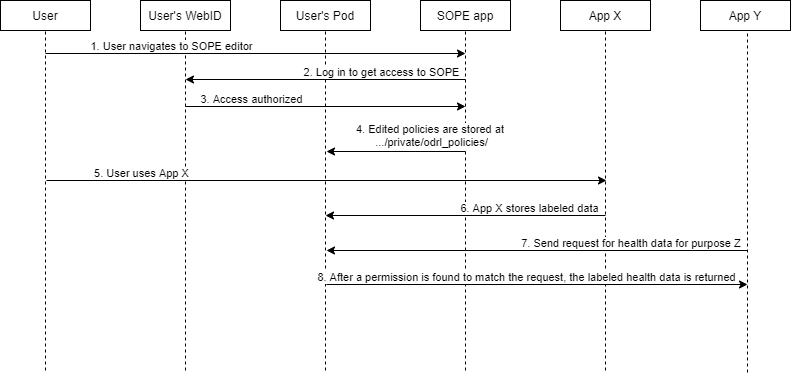
Before: assets/matching-sequence-diagram.png, a diagram exported from draw.io (besteves4/odrl-access-control-profile). Source tidied: cells renumbered, new cells last; positions are measured from the earlier drawing's top-left corner, leaving out a move shared by most shapes. Its diagram source:
```xml
<mxGraphModel>
  <root>
    <mxCell id="0" />
    <mxCell id="1" parent="0" />
    <mxCell id="2" value="User" style="whiteSpace=wrap;html=1;align=center;" parent="1" vertex="1">
      <mxGeometry width="90" height="30" as="geometry" />
    </mxCell>
    <mxCell id="3" value="User's WebID" style="whiteSpace=wrap;html=1;align=center;" parent="1" vertex="1">
      <mxGeometry x="140" width="90" height="30" as="geometry" />
    </mxCell>
    <mxCell id="4" value="User's Pod" style="whiteSpace=wrap;html=1;align=center;" parent="1" vertex="1">
      <mxGeometry x="280" width="90" height="30" as="geometry" />
    </mxCell>
    <mxCell id="5" value="SOPE app" style="whiteSpace=wrap;html=1;align=center;" parent="1" vertex="1">
      <mxGeometry x="420" width="90" height="30" as="geometry" />
    </mxCell>
    <mxCell id="6" value="App X" style="whiteSpace=wrap;html=1;align=center;" parent="1" vertex="1">
      <mxGeometry x="560" width="90" height="30" as="geometry" />
    </mxCell>
    <mxCell id="7" style="endArrow=none;dashed=1;html=1;entryX=0.5;entryY=1;entryDx=0;entryDy=0;" parent="1" edge="1" target="2">
      <mxGeometry relative="1" as="geometry">
        <mxPoint x="45" y="370" as="sourcePoint" />
      </mxGeometry>
    </mxCell>
    <mxCell id="8" style="endArrow=none;dashed=1;html=1;entryX=0.5;entryY=1;entryDx=0;entryDy=0;" parent="1" edge="1" target="3">
      <mxGeometry relative="1" as="geometry">
        <mxPoint x="185" y="370" as="sourcePoint" />
      </mxGeometry>
    </mxCell>
    <mxCell id="9" style="endArrow=none;dashed=1;html=1;entryX=0.5;entryY=1;entryDx=0;entryDy=0;" parent="1" edge="1" target="4">
      <mxGeometry relative="1" as="geometry">
        <mxPoint x="325" y="370" as="sourcePoint" />
      </mxGeometry>
    </mxCell>
    <mxCell id="10" style="endArrow=none;dashed=1;html=1;entryX=0.5;entryY=1;entryDx=0;entryDy=0;" parent="1" edge="1" target="5">
      <mxGeometry relative="1" as="geometry">
        <mxPoint x="465" y="370" as="sourcePoint" />
      </mxGeometry>
    </mxCell>
    <mxCell id="11" style="endArrow=none;dashed=1;html=1;entryX=0.5;entryY=1;entryDx=0;entryDy=0;" parent="1" edge="1" target="6">
      <mxGeometry relative="1" as="geometry">
        <mxPoint x="605" y="370" as="sourcePoint" />
      </mxGeometry>
    </mxCell>
    <mxCell id="12" style="endArrow=classic;html=1;" parent="1" edge="1">
      <mxGeometry relative="1" as="geometry">
        <mxPoint x="465" y="79" as="sourcePoint" />
        <mxPoint x="185" y="79" as="targetPoint" />
      </mxGeometry>
    </mxCell>
    <mxCell id="13" value="2. Log in to get access to SOPE" style="edgeLabel;html=1;align=center;verticalAlign=middle;" parent="12" vertex="1">
      <mxGeometry relative="1" as="geometry">
        <mxPoint x="55" y="-8" as="offset" />
      </mxGeometry>
    </mxCell>
    <mxCell id="14" style="endArrow=classic;html=1;" parent="1" edge="1">
      <mxGeometry relative="1" as="geometry">
        <mxPoint x="45" y="53" as="sourcePoint" />
        <mxPoint x="465" y="53" as="targetPoint" />
      </mxGeometry>
    </mxCell>
    <mxCell id="15" value="1. User navigates to SOPE editor" style="edgeLabel;html=1;align=center;verticalAlign=middle;" parent="14" vertex="1">
      <mxGeometry relative="1" as="geometry">
        <mxPoint x="-85" y="-8" as="offset" />
      </mxGeometry>
    </mxCell>
    <mxCell id="16" style="endArrow=none;html=1;startArrow=classic;startFill=1;endFill=0;" parent="1" edge="1">
      <mxGeometry relative="1" as="geometry">
        <mxPoint x="465" y="106" as="sourcePoint" />
        <mxPoint x="185" y="106" as="targetPoint" />
      </mxGeometry>
    </mxCell>
    <mxCell id="17" value="3. Access authorized" style="edgeLabel;html=1;align=center;verticalAlign=middle;" parent="16" vertex="1">
      <mxGeometry relative="1" as="geometry">
        <mxPoint x="-75" y="-8" as="offset" />
      </mxGeometry>
    </mxCell>
    <mxCell id="18" style="endArrow=classic;html=1;startArrow=none;startFill=0;endFill=1;" parent="1" edge="1">
      <mxGeometry relative="1" as="geometry">
        <mxPoint x="465" y="151" as="sourcePoint" />
        <mxPoint x="326" y="151" as="targetPoint" />
      </mxGeometry>
    </mxCell>
    <mxCell id="19" value="4. Edited policies are stored at &lt;br&gt;.../private/odrl_policies/" style="edgeLabel;html=1;align=center;verticalAlign=middle;" parent="18" vertex="1">
      <mxGeometry relative="1" as="geometry">
        <mxPoint x="35" y="-17" as="offset" />
      </mxGeometry>
    </mxCell>
    <mxCell id="20" style="endArrow=classic;html=1;" parent="1" edge="1">
      <mxGeometry relative="1" as="geometry">
        <mxPoint x="605" y="215" as="sourcePoint" />
        <mxPoint x="325" y="215" as="targetPoint" />
      </mxGeometry>
    </mxCell>
    <mxCell id="21" value="6. App X stores labeled data" style="edgeLabel;html=1;align=center;verticalAlign=middle;" parent="20" vertex="1">
      <mxGeometry relative="1" as="geometry">
        <mxPoint x="63" y="-8" as="offset" />
      </mxGeometry>
    </mxCell>
    <mxCell id="22" style="endArrow=classic;html=1;" parent="1" edge="1">
      <mxGeometry relative="1" as="geometry">
        <mxPoint x="46" y="180" as="sourcePoint" />
        <mxPoint x="606" y="180" as="targetPoint" />
      </mxGeometry>
    </mxCell>
    <mxCell id="23" value="5. User uses App X" style="edgeLabel;html=1;align=center;verticalAlign=middle;" parent="22" vertex="1">
      <mxGeometry relative="1" as="geometry">
        <mxPoint x="-186" y="-8" as="offset" />
      </mxGeometry>
    </mxCell>
    <mxCell id="24" value="App Y" style="whiteSpace=wrap;html=1;align=center;" parent="1" vertex="1">
      <mxGeometry x="700" width="90" height="30" as="geometry" />
    </mxCell>
    <mxCell id="25" style="endArrow=none;dashed=1;html=1;entryX=0.5;entryY=1;entryDx=0;entryDy=0;fillColor=#d5e8d4;" parent="1" edge="1">
      <mxGeometry relative="1" as="geometry">
        <mxPoint x="747" y="372" as="sourcePoint" />
        <mxPoint x="747" y="32" as="targetPoint" />
      </mxGeometry>
    </mxCell>
    <mxCell id="26" style="endArrow=classic;html=1;fillColor=#d5e8d4;" parent="1" edge="1">
      <mxGeometry relative="1" as="geometry">
        <mxPoint x="747" y="250" as="sourcePoint" />
        <mxPoint x="326" y="250" as="targetPoint" />
      </mxGeometry>
    </mxCell>
    <mxCell id="27" value="7. Send request for health data for purpose Z&amp;nbsp;" style="edgeLabel;html=1;align=center;verticalAlign=middle;" parent="26" vertex="1">
      <mxGeometry relative="1" as="geometry">
        <mxPoint x="95" y="-8" as="offset" />
      </mxGeometry>
    </mxCell>
    <mxCell id="28" style="endArrow=none;html=1;fillColor=#d5e8d4;startArrow=classic;startFill=1;endFill=0;" parent="1" edge="1">
      <mxGeometry relative="1" as="geometry">
        <mxPoint x="747" y="284" as="sourcePoint" />
        <mxPoint x="326" y="284" as="targetPoint" />
      </mxGeometry>
    </mxCell>
    <mxCell id="29" value="8. After a permission is found to match the request, the labeled health data is returned" style="edgeLabel;html=1;align=center;verticalAlign=middle;" parent="28" vertex="1">
      <mxGeometry relative="1" as="geometry">
        <mxPoint x="-11" y="-8" as="offset" />
      </mxGeometry>
    </mxCell>
  </root>
</mxGraphModel>
```
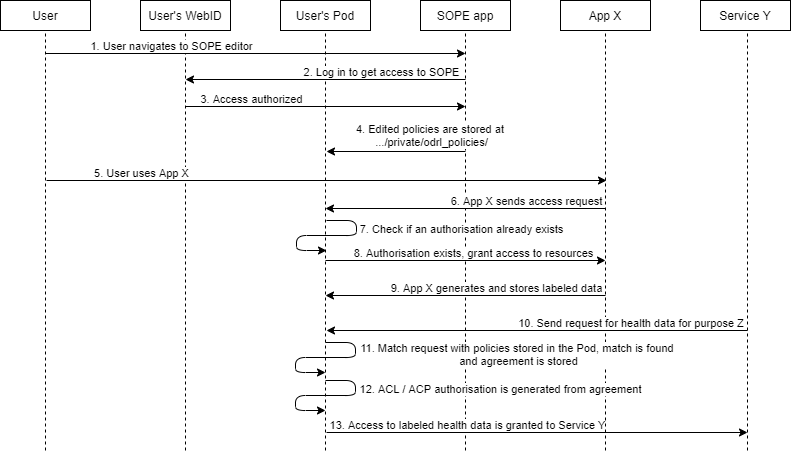
Later version of the same file.

The edit, as a diff of the source:
```diff
@@ -19,27 +19,27 @@
     </mxCell>
     <mxCell id="7" style="endArrow=none;dashed=1;html=1;entryX=0.5;entryY=1;entryDx=0;entryDy=0;" parent="1" edge="1" target="2">
       <mxGeometry relative="1" as="geometry">
-        <mxPoint x="45" y="370" as="sourcePoint" />
+        <mxPoint x="45" y="450" as="sourcePoint" />
       </mxGeometry>
     </mxCell>
     <mxCell id="8" style="endArrow=none;dashed=1;html=1;entryX=0.5;entryY=1;entryDx=0;entryDy=0;" parent="1" edge="1" target="3">
       <mxGeometry relative="1" as="geometry">
-        <mxPoint x="185" y="370" as="sourcePoint" />
+        <mxPoint x="185" y="450" as="sourcePoint" />
       </mxGeometry>
     </mxCell>
-    <mxCell id="9" style="endArrow=none;dashed=1;html=1;entryX=0.5;entryY=1;entryDx=0;entryDy=0;" parent="1" edge="1" target="4">
+    <mxCell id="9" style="endArrow=none;dashed=1;html=1;entryX=0.5;entryY=1;entryDx=0;entryDy=0;endSize=6;" parent="1" edge="1" target="4">
       <mxGeometry relative="1" as="geometry">
-        <mxPoint x="325" y="370" as="sourcePoint" />
+        <mxPoint x="325" y="450" as="sourcePoint" />
       </mxGeometry>
     </mxCell>
     <mxCell id="10" style="endArrow=none;dashed=1;html=1;entryX=0.5;entryY=1;entryDx=0;entryDy=0;" parent="1" edge="1" target="5">
       <mxGeometry relative="1" as="geometry">
-        <mxPoint x="465" y="370" as="sourcePoint" />
+        <mxPoint x="465" y="450" as="sourcePoint" />
       </mxGeometry>
     </mxCell>
     <mxCell id="11" style="endArrow=none;dashed=1;html=1;entryX=0.5;entryY=1;entryDx=0;entryDy=0;" parent="1" edge="1" target="6">
       <mxGeometry relative="1" as="geometry">
-        <mxPoint x="605" y="370" as="sourcePoint" />
+        <mxPoint x="605" y="450" as="sourcePoint" />
       </mxGeometry>
     </mxCell>
     <mxCell id="12" style="endArrow=classic;html=1;" parent="1" edge="1">
@@ -88,13 +88,13 @@
     </mxCell>
     <mxCell id="20" style="endArrow=classic;html=1;" parent="1" edge="1">
       <mxGeometry relative="1" as="geometry">
-        <mxPoint x="605" y="215" as="sourcePoint" />
-        <mxPoint x="325" y="215" as="targetPoint" />
+        <mxPoint x="605" y="295" as="sourcePoint" />
+        <mxPoint x="325" y="295" as="targetPoint" />
       </mxGeometry>
     </mxCell>
-    <mxCell id="21" value="6. App X stores labeled data" style="edgeLabel;html=1;align=center;verticalAlign=middle;" parent="20" vertex="1">
+    <mxCell id="21" value="9. App X generates and stores labeled data" style="edgeLabel;html=1;align=center;verticalAlign=middle;" parent="20" vertex="1">
       <mxGeometry relative="1" as="geometry">
-        <mxPoint x="63" y="-8" as="offset" />
+        <mxPoint x="30" y="-8" as="offset" />
       </mxGeometry>
     </mxCell>
     <mxCell id="22" style="endArrow=classic;html=1;" parent="1" edge="1">
@@ -108,36 +108,85 @@
         <mxPoint x="-186" y="-8" as="offset" />
       </mxGeometry>
     </mxCell>
-    <mxCell id="24" value="App Y" style="whiteSpace=wrap;html=1;align=center;" parent="1" vertex="1">
+    <mxCell id="24" value="Service Y" style="whiteSpace=wrap;html=1;align=center;" parent="1" vertex="1">
       <mxGeometry x="700" width="90" height="30" as="geometry" />
     </mxCell>
     <mxCell id="25" style="endArrow=none;dashed=1;html=1;entryX=0.5;entryY=1;entryDx=0;entryDy=0;fillColor=#d5e8d4;" parent="1" edge="1">
       <mxGeometry relative="1" as="geometry">
-        <mxPoint x="747" y="372" as="sourcePoint" />
+        <mxPoint x="747" y="450" as="sourcePoint" />
         <mxPoint x="747" y="32" as="targetPoint" />
       </mxGeometry>
     </mxCell>
     <mxCell id="26" style="endArrow=classic;html=1;fillColor=#d5e8d4;" parent="1" edge="1">
       <mxGeometry relative="1" as="geometry">
-        <mxPoint x="747" y="250" as="sourcePoint" />
-        <mxPoint x="326" y="250" as="targetPoint" />
+        <mxPoint x="747" y="330" as="sourcePoint" />
+        <mxPoint x="326" y="330" as="targetPoint" />
       </mxGeometry>
     </mxCell>
-    <mxCell id="27" value="7. Send request for health data for purpose Z&amp;nbsp;" style="edgeLabel;html=1;align=center;verticalAlign=middle;" parent="26" vertex="1">
+    <mxCell id="27" value="10. Send request for health data for purpose Z&amp;nbsp;" style="edgeLabel;html=1;align=center;verticalAlign=middle;" parent="26" vertex="1">
       <mxGeometry relative="1" as="geometry">
         <mxPoint x="95" y="-8" as="offset" />
       </mxGeometry>
     </mxCell>
     <mxCell id="28" style="endArrow=none;html=1;fillColor=#d5e8d4;startArrow=classic;startFill=1;endFill=0;" parent="1" edge="1">
       <mxGeometry relative="1" as="geometry">
-        <mxPoint x="747" y="284" as="sourcePoint" />
-        <mxPoint x="326" y="284" as="targetPoint" />
+        <mxPoint x="747" y="432" as="sourcePoint" />
+        <mxPoint x="326" y="432" as="targetPoint" />
       </mxGeometry>
     </mxCell>
-    <mxCell id="29" value="8. After a permission is found to match the request, the labeled health data is returned" style="edgeLabel;html=1;align=center;verticalAlign=middle;" parent="28" vertex="1">
+    <mxCell id="29" value="13. Access to labeled health data is granted to Service Y" style="edgeLabel;html=1;align=center;verticalAlign=middle;" parent="28" vertex="1">
       <mxGeometry relative="1" as="geometry">
-        <mxPoint x="-11" y="-8" as="offset" />
+        <mxPoint x="-70" y="-8" as="offset" />
       </mxGeometry>
     </mxCell>
+    <mxCell id="30" style="endArrow=classic;html=1;" parent="1" edge="1">
+      <mxGeometry relative="1" as="geometry">
+        <mxPoint x="605" y="208" as="sourcePoint" />
+        <mxPoint x="325" y="208" as="targetPoint" />
+      </mxGeometry>
+    </mxCell>
+    <mxCell id="31" value="6. App X sends access request" style="edgeLabel;html=1;align=center;verticalAlign=middle;" parent="30" vertex="1">
+      <mxGeometry relative="1" as="geometry">
+        <mxPoint x="60" y="-8" as="offset" />
+      </mxGeometry>
+    </mxCell>
+    <mxCell id="32" style="endArrow=classic;html=1;edgeStyle=entityRelationEdgeStyle;elbow=vertical;" parent="1" edge="1">
+      <mxGeometry relative="1" as="geometry">
+        <mxPoint x="326" y="220" as="sourcePoint" />
+        <mxPoint x="326" y="250" as="targetPoint" />
+      </mxGeometry>
+    </mxCell>
+    <mxCell id="33" value="7. Check if an authorisation already exists" style="edgeLabel;html=1;align=center;verticalAlign=middle;" parent="1" vertex="1">
+      <mxGeometry x="460" y="228" as="geometry" />
+    </mxCell>
+    <mxCell id="34" style="endArrow=none;html=1;startArrow=classic;startFill=1;endFill=0;" parent="1" edge="1">
+      <mxGeometry relative="1" as="geometry">
+        <mxPoint x="605" y="260" as="sourcePoint" />
+        <mxPoint x="325" y="260" as="targetPoint" />
+      </mxGeometry>
+    </mxCell>
+    <mxCell id="35" value="8. Authorisation exists, grant access to resources" style="edgeLabel;html=1;align=center;verticalAlign=middle;" parent="34" vertex="1">
+      <mxGeometry relative="1" as="geometry">
+        <mxPoint x="7" y="-8" as="offset" />
+      </mxGeometry>
+    </mxCell>
+    <mxCell id="36" style="endArrow=classic;html=1;edgeStyle=entityRelationEdgeStyle;elbow=vertical;" parent="1" edge="1">
+      <mxGeometry relative="1" as="geometry">
+        <mxPoint x="325" y="342" as="sourcePoint" />
+        <mxPoint x="325" y="372" as="targetPoint" />
+      </mxGeometry>
+    </mxCell>
+    <mxCell id="37" value="11. Match request with policies stored in the Pod, match is found &lt;br&gt;and agreement is stored" style="edgeLabel;html=1;align=center;verticalAlign=middle;" parent="1" vertex="1">
+      <mxGeometry x="517" y="353" as="geometry" />
+    </mxCell>
+    <mxCell id="38" style="endArrow=classic;html=1;edgeStyle=entityRelationEdgeStyle;elbow=vertical;" parent="1" edge="1">
+      <mxGeometry relative="1" as="geometry">
+        <mxPoint x="325" y="380" as="sourcePoint" />
+        <mxPoint x="325" y="410" as="targetPoint" />
+      </mxGeometry>
+    </mxCell>
+    <mxCell id="39" value="12. ACL / ACP authorisation is generated from agreement" style="edgeLabel;html=1;align=center;verticalAlign=middle;" parent="1" vertex="1">
+      <mxGeometry x="499" y="388" as="geometry" />
+    </mxCell>
   </root>
 </mxGraphModel>
```
